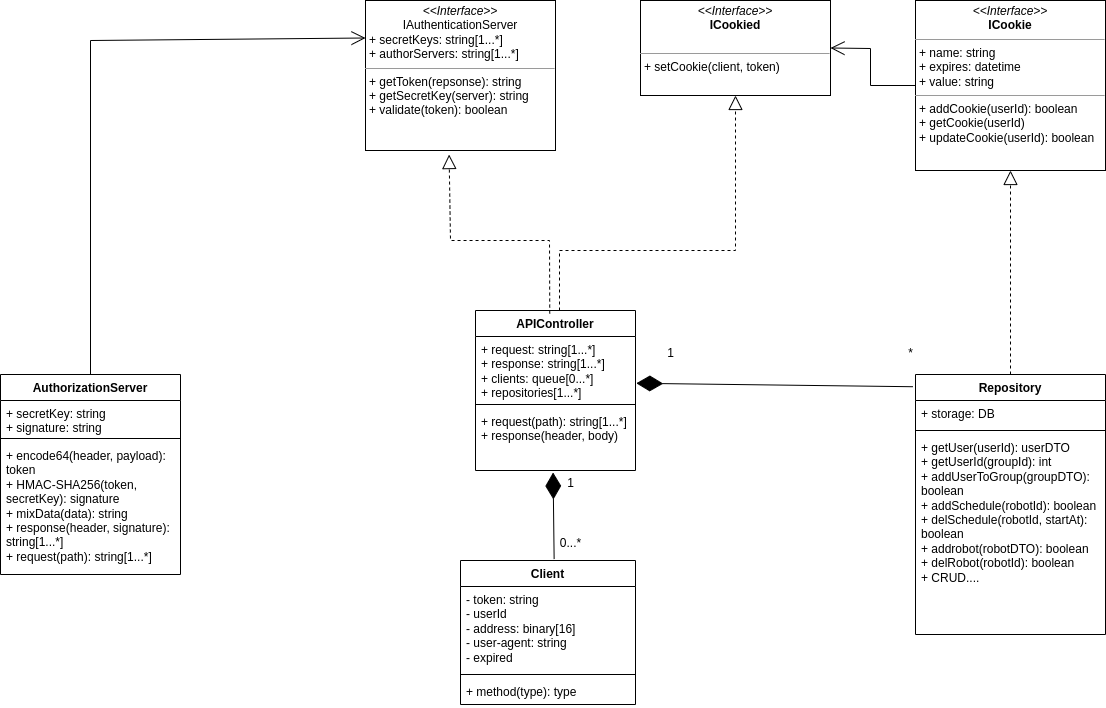
gitMaksimAl/software-architecture keeps this draw.io diagram as GB_SOS/GB-SOS-Authorization.png. Above is the earlier version. Source tidied: cells renumbered, new cells last; positions are measured from the earlier drawing's top-left corner, leaving out a move shared by most shapes.
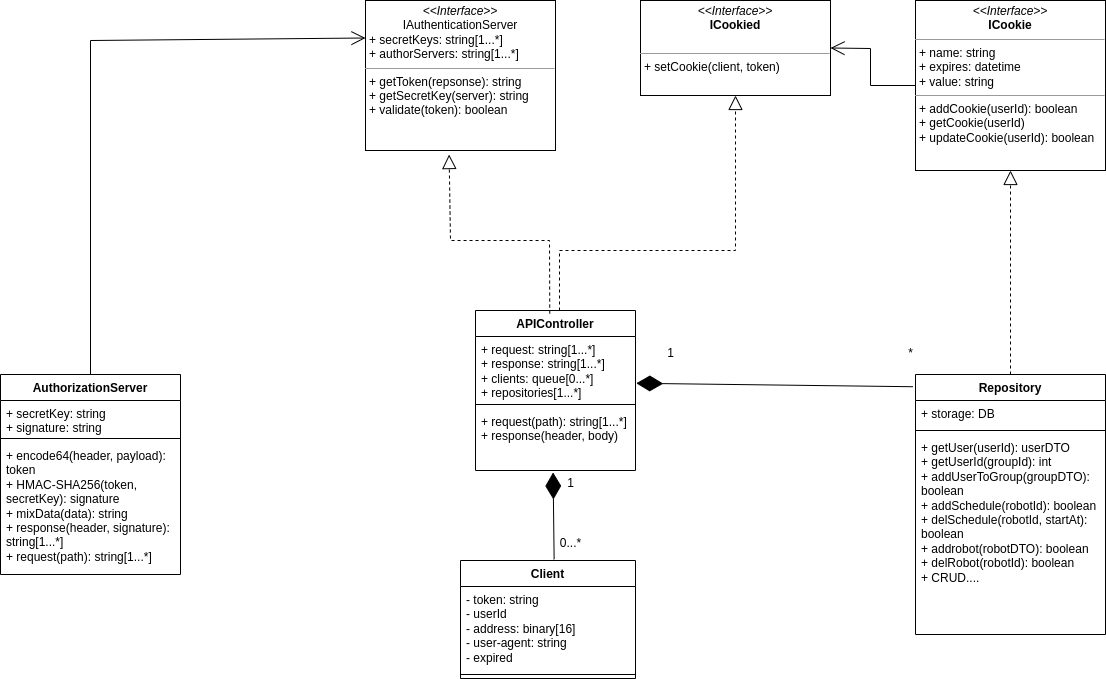
The same file after the commit.

Commit message:
docs(architecture): Added UAT, E2E tests, deleted empty method in authorization schema

Diff of the diagram source:
```diff
@@ -45,7 +45,7 @@
       </mxGeometry>
     </mxCell>
     <mxCell id="13" value="Client" style="swimlane;fontStyle=1;align=center;verticalAlign=top;horizontal=1;startSize=26;whiteSpace=wrap;html=1;" parent="1" vertex="1">
-      <mxGeometry x="460" y="560" width="175" height="144" as="geometry" />
+      <mxGeometry x="460" y="560" width="175" height="118" as="geometry" />
     </mxCell>
     <mxCell id="14" value="- token: string&lt;br&gt;- userId&lt;br&gt;- address: binary[16]&lt;br&gt;- user-agent: string&lt;br&gt;- expired" style="text;strokeColor=none;fillColor=none;align=left;verticalAlign=top;spacingLeft=4;spacingRight=4;overflow=hidden;whiteSpace=wrap;html=1;" parent="13" vertex="1">
       <mxGeometry y="26" width="175" height="84" as="geometry" />
@@ -53,9 +53,6 @@
     <mxCell id="15" style="line;strokeWidth=1;fillColor=none;align=left;verticalAlign=middle;spacingTop=-1;spacingLeft=3;spacingRight=3;labelPosition=right;strokeColor=inherit;" parent="13" vertex="1">
       <mxGeometry y="110" width="175" height="8" as="geometry" />
     </mxCell>
-    <mxCell id="16" value="+ method(type): type" style="text;strokeColor=none;fillColor=none;align=left;verticalAlign=top;spacingLeft=4;spacingRight=4;overflow=hidden;whiteSpace=wrap;html=1;" parent="13" vertex="1">
-      <mxGeometry y="118" width="175" height="26" as="geometry" />
-    </mxCell>
     <mxCell id="17" style="endArrow=diamondThin;endFill=1;endSize=24;html=1;rounded=0;entryX=0.485;entryY=1.032;entryDx=0;entryDy=0;entryPerimeter=0;exitX=0.535;exitY=-0.01;exitDx=0;exitDy=0;exitPerimeter=0;" parent="1" edge="1" source="13" target="6">
       <mxGeometry relative="1" as="geometry" />
     </mxCell>
```
